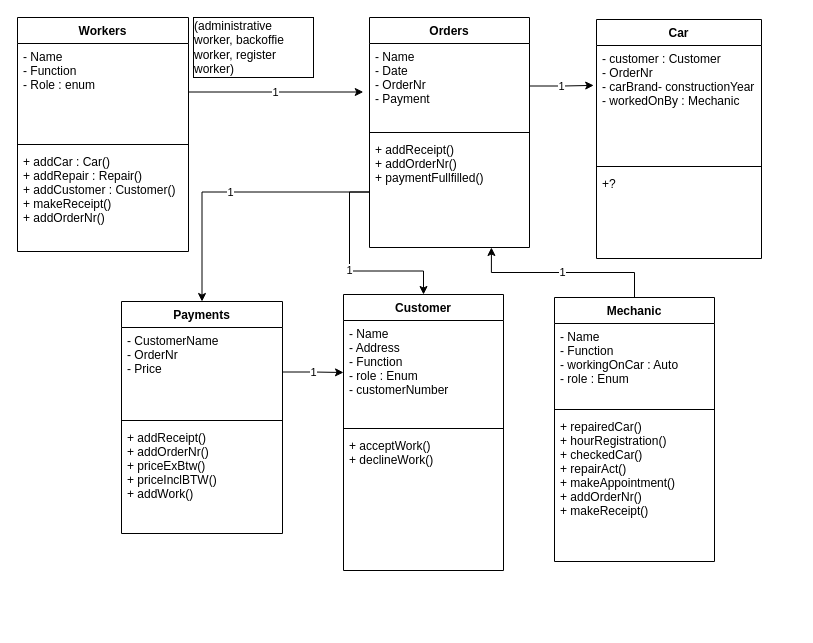
Earlier version of the draw.io diagram uml zooi/Untitled Diagram.drawio (sp5der300/sdGarageOpdracht). Source tidied: cells renumbered, new cells numbered last; positions are measured from the earlier drawing's top-left corner, leaving out a move shared by most shapes. Both pictures are drawn from the tidied source at 100%, with x=0, y=0 at pixel (17, 17).
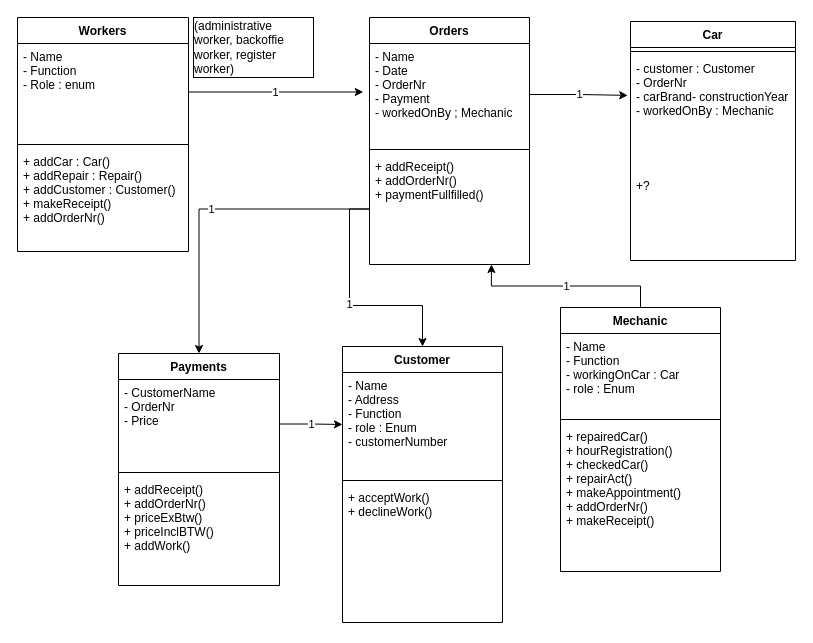
Above is the later version.

The edit, as a diff of the source:
```diff
@@
     <mxCell id="3" value="Mechanic" style="swimlane;fontStyle=1;align=center;verticalAlign=top;horizontal=1;startSize=26;" parent="1" vertex="1">
-      <mxGeometry x="537" y="280" width="160" height="264" as="geometry" />
+      <mxGeometry x="543" y="290" width="160" height="264" as="geometry" />
     </mxCell>
-    <mxCell id="4" value="- Name&#10;- Function&#10;- workingOnCar : Auto&#10;- role : Enum&#10;" style="text;strokeColor=none;fillColor=none;align=left;verticalAlign=top;spacingLeft=4;spacingRight=4;overflow=hidden;" parent="3" vertex="1">
+    <mxCell id="4" value="- Name&#10;- Function&#10;- workingOnCar : Car&#10;- role : Enum&#10;" style="text;strokeColor=none;fillColor=none;align=left;verticalAlign=top;spacingLeft=4;spacingRight=4;overflow=hidden;" parent="3" vertex="1">
       <mxGeometry y="26" width="160" height="82" as="geometry" />
     </mxCell>
@@
     <mxCell id="7" value="Customer" style="swimlane;fontStyle=1;align=center;verticalAlign=top;horizontal=1;startSize=26;" parent="1" vertex="1">
-      <mxGeometry x="326" y="277" width="160" height="276" as="geometry" />
+      <mxGeometry x="325" y="329" width="160" height="276" as="geometry" />
     </mxCell>
@@
     <mxCell id="15" value="Payments&#10;" style="swimlane;fontStyle=1;align=center;verticalAlign=top;horizontal=1;startSize=26;" parent="1" vertex="1">
-      <mxGeometry x="104" y="284" width="161" height="232" as="geometry" />
+      <mxGeometry x="101" y="336" width="161" height="232" as="geometry" />
     </mxCell>
@@
     <mxCell id="19" value="Orders" style="swimlane;fontStyle=1;align=center;verticalAlign=top;horizontal=1;startSize=26;" parent="1" vertex="1">
-      <mxGeometry x="352" width="160" height="230" as="geometry" />
+      <mxGeometry x="352" width="160" height="247" as="geometry" />
     </mxCell>
-    <mxCell id="20" value="- Name&#10;- Date&#10;- OrderNr&#10;- Payment&#10;" style="text;strokeColor=none;fillColor=none;align=left;verticalAlign=top;spacingLeft=4;spacingRight=4;overflow=hidden;points=[[0,0.5],[1,0.5]];portConstraint=eastwest;" parent="19" vertex="1">
-      <mxGeometry y="26" width="160" height="85" as="geometry" />
+    <mxCell id="20" value="- Name&#10;- Date&#10;- OrderNr&#10;- Payment&#10;- workedOnBy ; Mechanic" style="text;strokeColor=none;fillColor=none;align=left;verticalAlign=top;spacingLeft=4;spacingRight=4;overflow=hidden;points=[[0,0.5],[1,0.5]];portConstraint=eastwest;" parent="19" vertex="1">
+      <mxGeometry y="26" width="160" height="102" as="geometry" />
     </mxCell>
     <mxCell id="21" style="line;strokeWidth=1;fillColor=none;align=left;verticalAlign=middle;spacingTop=-1;spacingLeft=3;spacingRight=3;labelPosition=right;" parent="19" vertex="1">
-      <mxGeometry y="111" width="160" height="8" as="geometry" />
+      <mxGeometry y="128" width="160" height="8" as="geometry" />
     </mxCell>
     <mxCell id="22" value="+ addReceipt()&#10;+ addOrderNr()&#10;+ paymentFullfilled()&#10;" style="text;strokeColor=none;fillColor=none;align=left;verticalAlign=top;spacingLeft=4;spacingRight=4;overflow=hidden;points=[[0,0.5],[1,0.5]];portConstraint=eastwest;" parent="19" vertex="1">
-      <mxGeometry y="119" width="160" height="111" as="geometry" />
+      <mxGeometry y="136" width="160" height="111" as="geometry" />
     </mxCell>
     <mxCell id="23" value="Car" style="swimlane;fontStyle=1;align=center;verticalAlign=top;horizontal=1;startSize=26;" parent="1" vertex="1">
-      <mxGeometry x="579" y="2" width="165" height="239" as="geometry" />
+      <mxGeometry x="613" y="4" width="165" height="239" as="geometry" />
     </mxCell>
+    <mxCell id="25" style="line;strokeWidth=1;fillColor=none;align=left;verticalAlign=middle;spacingTop=-1;spacingLeft=3;spacingRight=3;labelPosition=right;" parent="23" vertex="1">
+      <mxGeometry y="26" width="165" height="8" as="geometry" />
+    </mxCell>
     <mxCell id="24" value="- customer : Customer&#10;- OrderNr&#10;- carBrand- constructionYear&#10;- workedOnBy : Mechanic&#10;&#10;&#10;&#10;" style="text;strokeColor=none;fillColor=none;align=left;verticalAlign=top;spacingLeft=4;spacingRight=4;overflow=hidden;points=[[0,0.5],[1,0.5]];portConstraint=eastwest;" parent="23" vertex="1">
-      <mxGeometry y="26" width="165" height="117" as="geometry" />
+      <mxGeometry y="34" width="165" height="117" as="geometry" />
     </mxCell>
-    <mxCell id="25" style="line;strokeWidth=1;fillColor=none;align=left;verticalAlign=middle;spacingTop=-1;spacingLeft=3;spacingRight=3;labelPosition=right;" parent="23" vertex="1">
-      <mxGeometry y="143" width="165" height="8" as="geometry" />
-    </mxCell>
```
